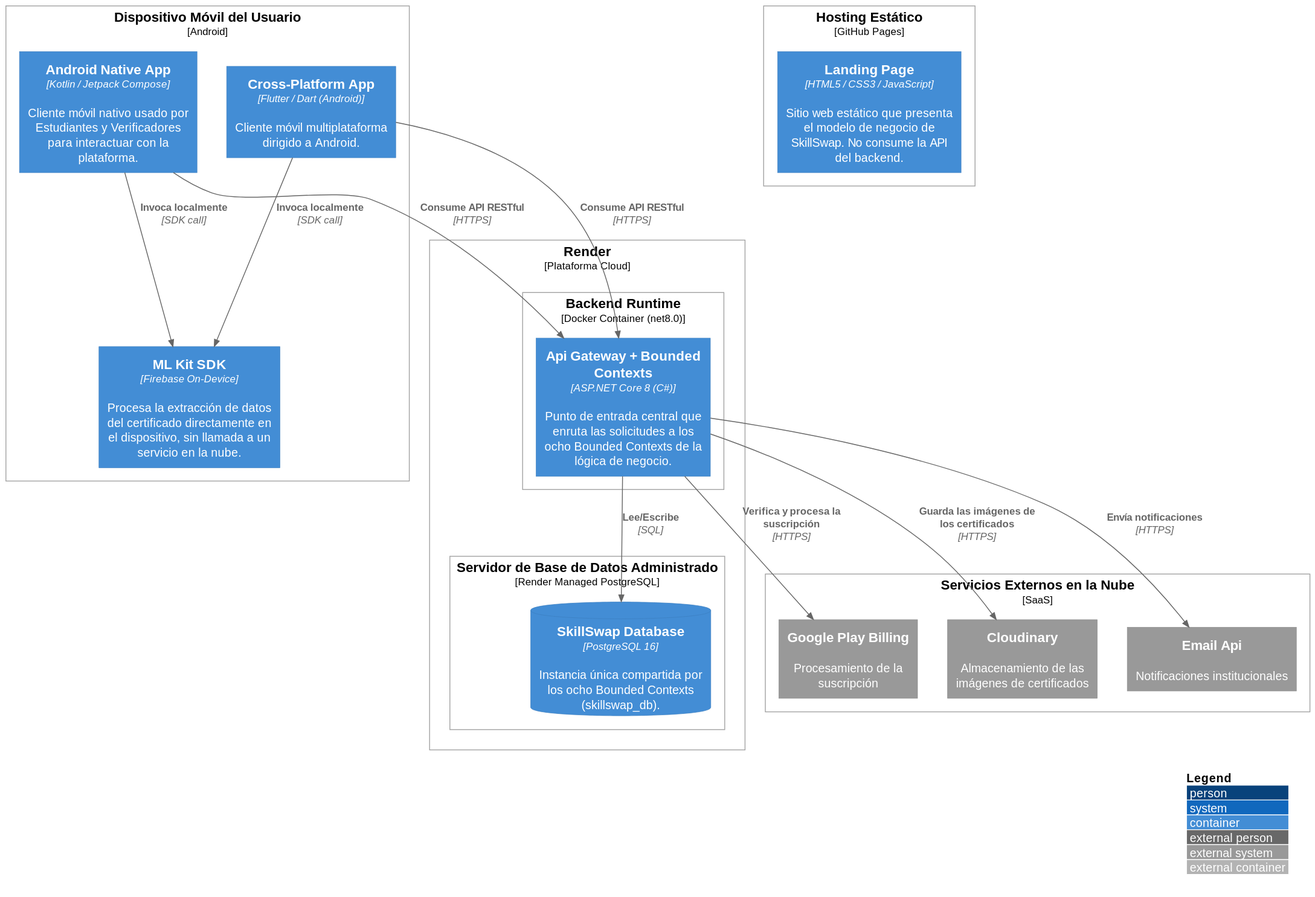
Before: images-doc/SkillSwapDeployment.svg, a diagram exported from PlantUML (Aplicaciones-Dispositivos-Moviles/SkillSwap-ProjectReport). Its diagram source:
```plantuml
@startuml
!include https://raw.githubusercontent.com/plantuml-stdlib/C4-PlantUML/master/C4_Deployment.puml

LAYOUT_WITH_LEGEND()

Deployment_Node(userDevice, "Dispositivo Móvil del Usuario", "Android"){
    Container(androidApp, "Android Native App", "Kotlin / Jetpack Compose", "Cliente móvil nativo usado por Estudiantes y Verificadores para interactuar con la plataforma.")
    Container(flutterApp, "Cross-Platform App", "Flutter / Dart (Android)", "Cliente móvil multiplataforma dirigido a Android.")
    Container(mlKitSdk, "ML Kit SDK", "Firebase On-Device", "Procesa la extracción de datos del certificado directamente en el dispositivo, sin llamada a un servicio en la nube.")
}

Deployment_Node(staticHosting, "Hosting Estático", "GitHub Pages"){
    Container(landingPage, "Landing Page", "HTML5 / CSS3 / JavaScript", "Sitio web estático que presenta el modelo de negocio de SkillSwap. No consume la API del backend.")
}

Deployment_Node(cloudPlatform, "Render", "Plataforma Cloud"){
    Deployment_Node(backendRuntime, "Backend Runtime", "Docker Container (net8.0)"){
        Container(apiGateway, "Api Gateway + Bounded Contexts", "ASP.NET Core 8 (C#)", "Punto de entrada central que enruta las solicitudes a los ocho Bounded Contexts de la lógica de negocio.")
    }
    Deployment_Node(dbServer, "Servidor de Base de Datos Administrado", "Render Managed PostgreSQL"){
        ContainerDb(mainDB, "SkillSwap Database", "PostgreSQL 16", "Instancia única compartida por los ocho Bounded Contexts (skillswap_db).")
    }
}

Deployment_Node(externalCloud, "Servicios Externos en la Nube", "SaaS"){
    System_Ext(cloudStorage, "Cloudinary", "Almacenamiento de las imágenes de certificados")
    System_Ext(emailService, "Email Api", "Notificaciones institucionales")
    System_Ext(googlePlayBilling, "Google Play Billing", "Procesamiento de la suscripción")
}

Rel(androidApp, mlKitSdk, "Invoca localmente", "SDK call")
Rel(flutterApp, mlKitSdk, "Invoca localmente", "SDK call")

Rel(androidApp, apiGateway, "Consume API RESTful", "HTTPS")
Rel(flutterApp, apiGateway, "Consume API RESTful", "HTTPS")

Rel(apiGateway, mainDB, "Lee/Escribe", "SQL")

Rel(apiGateway, cloudStorage, "Guarda las imágenes de los certificados", "HTTPS")
Rel(apiGateway, emailService, "Envía notificaciones", "HTTPS")
Rel(apiGateway, googlePlayBilling, "Verifica y procesa la suscripción", "HTTPS")
@enduml
```
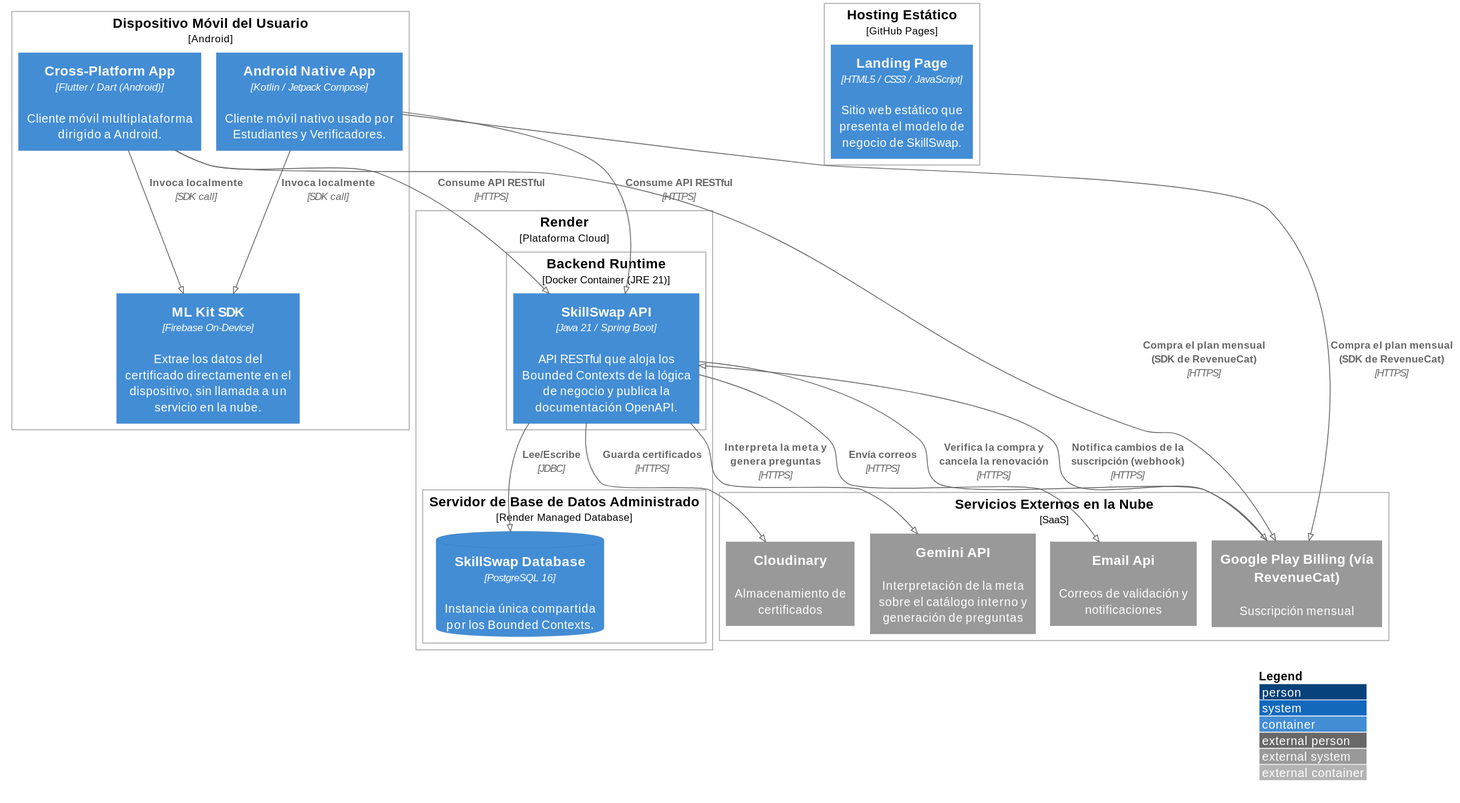
After the commit.

Change to the diagram source:
```diff
@@ -1,42 +1,48 @@
 @startuml
+!pragma layout smetana
 !include https://raw.githubusercontent.com/plantuml-stdlib/C4-PlantUML/master/C4_Deployment.puml
 
 LAYOUT_WITH_LEGEND()
 
 Deployment_Node(userDevice, "Dispositivo Móvil del Usuario", "Android"){
-    Container(androidApp, "Android Native App", "Kotlin / Jetpack Compose", "Cliente móvil nativo usado por Estudiantes y Verificadores para interactuar con la plataforma.")
+    Container(androidApp, "Android Native App", "Kotlin / Jetpack Compose", "Cliente móvil nativo usado por Estudiantes y Verificadores.")
     Container(flutterApp, "Cross-Platform App", "Flutter / Dart (Android)", "Cliente móvil multiplataforma dirigido a Android.")
-    Container(mlKitSdk, "ML Kit SDK", "Firebase On-Device", "Procesa la extracción de datos del certificado directamente en el dispositivo, sin llamada a un servicio en la nube.")
+    Container(mlKitSdk, "ML Kit SDK", "Firebase On-Device", "Extrae los datos del certificado directamente en el dispositivo, sin llamada a un servicio en la nube.")
 }
 
 Deployment_Node(staticHosting, "Hosting Estático", "GitHub Pages"){
-    Container(landingPage, "Landing Page", "HTML5 / CSS3 / JavaScript", "Sitio web estático que presenta el modelo de negocio de SkillSwap. No consume la API del backend.")
+    Container(landingPage, "Landing Page", "HTML5 / CSS3 / JavaScript", "Sitio web estático que presenta el modelo de negocio de SkillSwap.")
 }
 
 Deployment_Node(cloudPlatform, "Render", "Plataforma Cloud"){
-    Deployment_Node(backendRuntime, "Backend Runtime", "Docker Container (net8.0)"){
-        Container(apiGateway, "Api Gateway + Bounded Contexts", "ASP.NET Core 8 (C#)", "Punto de entrada central que enruta las solicitudes a los ocho Bounded Contexts de la lógica de negocio.")
+    Deployment_Node(backendRuntime, "Backend Runtime", "Docker Container (JRE 21)"){
+        Container(api, "SkillSwap API", "Java 21 / Spring Boot", "API RESTful que aloja los Bounded Contexts de la lógica de negocio y publica la documentación OpenAPI.")
     }
-    Deployment_Node(dbServer, "Servidor de Base de Datos Administrado", "Render Managed PostgreSQL"){
-        ContainerDb(mainDB, "SkillSwap Database", "PostgreSQL 16", "Instancia única compartida por los ocho Bounded Contexts (skillswap_db).")
+    Deployment_Node(dbServer, "Servidor de Base de Datos Administrado", "Render Managed Database"){
+        ContainerDb(mainDB, "SkillSwap Database", "PostgreSQL 16", "Instancia única compartida por los Bounded Contexts.")
     }
 }
 
 Deployment_Node(externalCloud, "Servicios Externos en la Nube", "SaaS"){
-    System_Ext(cloudStorage, "Cloudinary", "Almacenamiento de las imágenes de certificados")
-    System_Ext(emailService, "Email Api", "Notificaciones institucionales")
-    System_Ext(googlePlayBilling, "Google Play Billing", "Procesamiento de la suscripción")
+    System_Ext(cloudStorage, "Cloudinary", "Almacenamiento de certificados")
+    System_Ext(emailService, "Email Api", "Correos de validación y notificaciones")
+    System_Ext(geminiApi, "Gemini API", "Interpretación de la meta sobre el catálogo interno y generación de preguntas")
+    System_Ext(playBilling, "Google Play Billing (vía RevenueCat)", "Suscripción mensual")
 }
 
 Rel(androidApp, mlKitSdk, "Invoca localmente", "SDK call")
 Rel(flutterApp, mlKitSdk, "Invoca localmente", "SDK call")
 
-Rel(androidApp, apiGateway, "Consume API RESTful", "HTTPS")
-Rel(flutterApp, apiGateway, "Consume API RESTful", "HTTPS")
+Rel(androidApp, api, "Consume API RESTful", "HTTPS")
+Rel(flutterApp, api, "Consume API RESTful", "HTTPS")
 
-Rel(apiGateway, mainDB, "Lee/Escribe", "SQL")
+Rel(api, mainDB, "Lee/Escribe", "JDBC")
 
-Rel(apiGateway, cloudStorage, "Guarda las imágenes de los certificados", "HTTPS")
-Rel(apiGateway, emailService, "Envía notificaciones", "HTTPS")
-Rel(apiGateway, googlePlayBilling, "Verifica y procesa la suscripción", "HTTPS")
+Rel(api, cloudStorage, "Guarda certificados", "HTTPS")
+Rel(api, emailService, "Envía correos", "HTTPS")
+Rel(api, geminiApi, "Interpreta la meta y genera preguntas", "HTTPS")
+Rel(api, playBilling, "Verifica la compra y cancela la renovación", "HTTPS")
+Rel(playBilling, api, "Notifica cambios de la suscripción (webhook)", "HTTPS")
+Rel(androidApp, playBilling, "Compra el plan mensual (SDK de RevenueCat)", "HTTPS")
+Rel(flutterApp, playBilling, "Compra el plan mensual (SDK de RevenueCat)", "HTTPS")
 @enduml
```
